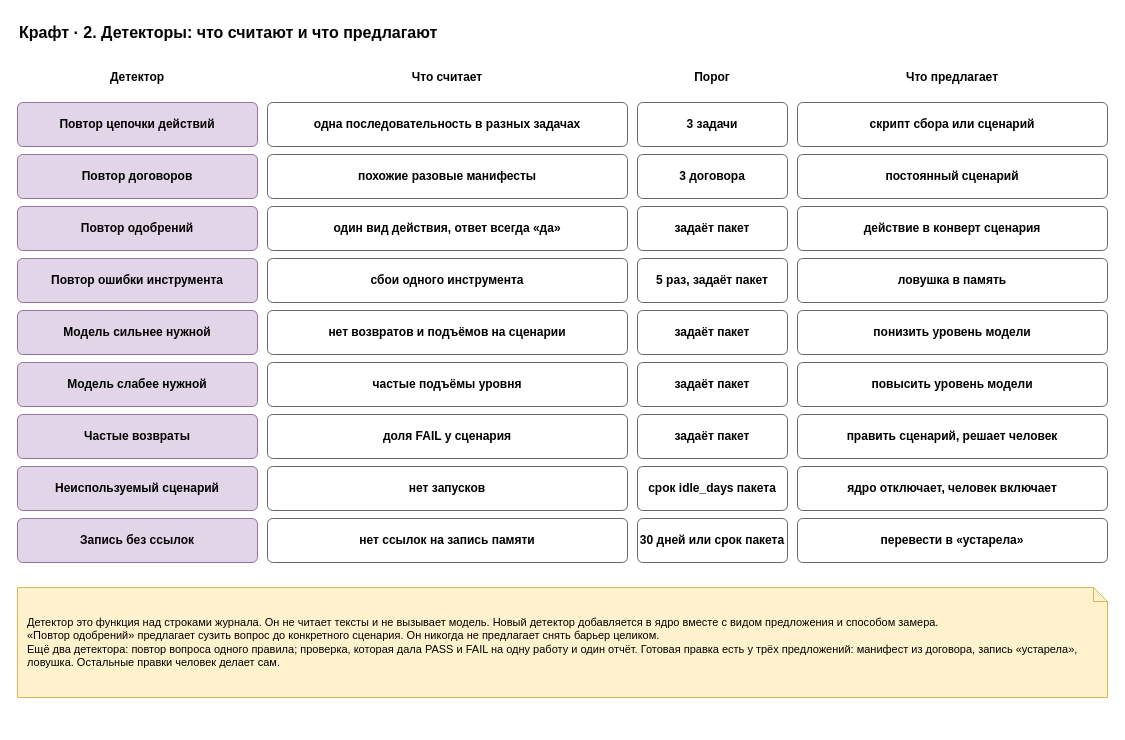
This is page "22. Детекторы" (22 of 24) of docs/spec/harness-spec.drawio from roygkov/reins, a draw.io file, before an edit. Source tidied: cells renumbered, new cells numbered last; positions are measured from the earlier drawing's top-left corner, leaving out a move shared by most shapes. Both pictures are drawn from the tidied source at 100%, with x=0, y=0 at pixel (17, 17).
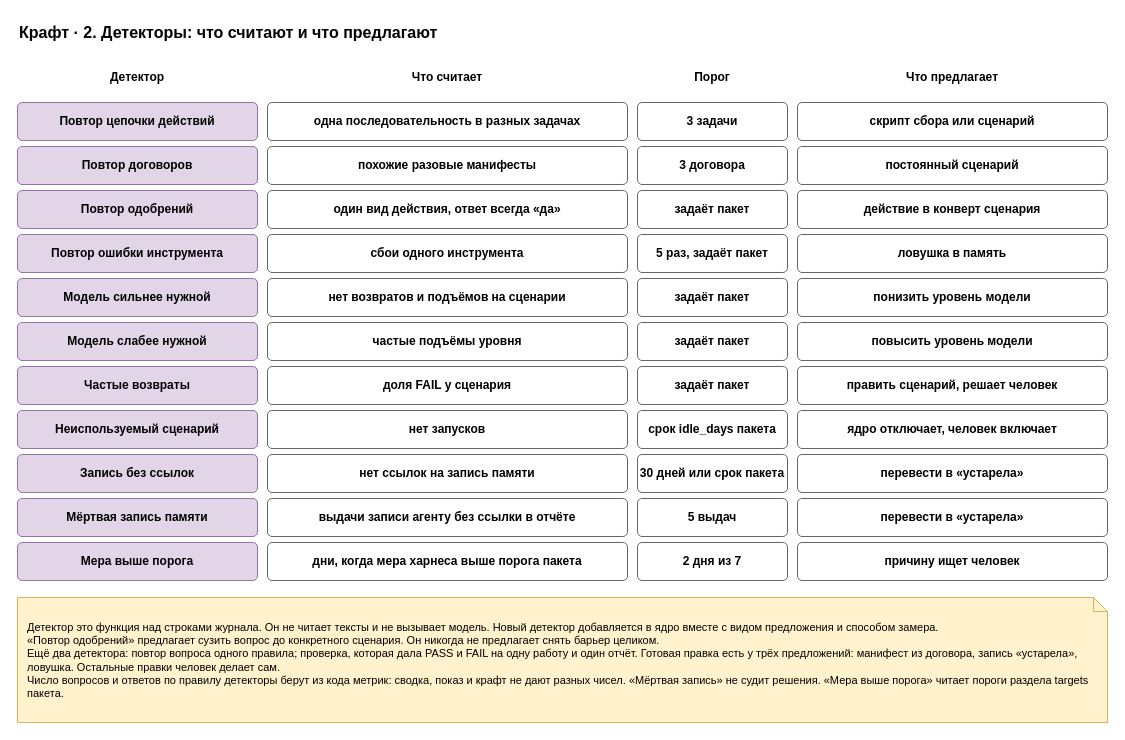
Above is the later version.

Diff of the diagram source:
```diff
@@
     <mxCell id="7" value="&lt;b&gt;Повтор цепочки действий&lt;/b&gt;" style="rounded=1;whiteSpace=wrap;html=1;fillColor=#e1d5e7;strokeColor=#9673a6;arcSize=12;" parent="1" vertex="1">
-      <mxGeometry y="85" width="240" height="44" as="geometry" />
+      <mxGeometry y="85" width="240" height="38" as="geometry" />
     </mxCell>
     <mxCell id="8" value="&lt;b&gt;одна последовательность в разных задачах&lt;/b&gt;" style="rounded=1;whiteSpace=wrap;html=1;fillColor=#ffffff;strokeColor=#666666;arcSize=12;fontStyle=0;" parent="1" vertex="1">
-      <mxGeometry x="250" y="85" width="360" height="44" as="geometry" />
+      <mxGeometry x="250" y="85" width="360" height="38" as="geometry" />
     </mxCell>
     <mxCell id="9" value="&lt;b&gt;3 задачи&lt;/b&gt;" style="rounded=1;whiteSpace=wrap;html=1;fillColor=#ffffff;strokeColor=#666666;arcSize=12;fontStyle=0;" parent="1" vertex="1">
-      <mxGeometry x="620" y="85" width="150" height="44" as="geometry" />
+      <mxGeometry x="620" y="85" width="150" height="38" as="geometry" />
     </mxCell>
     <mxCell id="10" value="&lt;b&gt;скрипт сбора или сценарий&lt;/b&gt;" style="rounded=1;whiteSpace=wrap;html=1;fillColor=#ffffff;strokeColor=#666666;arcSize=12;fontStyle=0;" parent="1" vertex="1">
-      <mxGeometry x="780" y="85" width="310" height="44" as="geometry" />
+      <mxGeometry x="780" y="85" width="310" height="38" as="geometry" />
     </mxCell>
     <mxCell id="11" value="&lt;b&gt;Повтор договоров&lt;/b&gt;" style="rounded=1;whiteSpace=wrap;html=1;fillColor=#e1d5e7;strokeColor=#9673a6;arcSize=12;" parent="1" vertex="1">
-      <mxGeometry y="137" width="240" height="44" as="geometry" />
+      <mxGeometry y="129" width="240" height="38" as="geometry" />
     </mxCell>
     <mxCell id="12" value="&lt;b&gt;похожие разовые манифесты&lt;/b&gt;" style="rounded=1;whiteSpace=wrap;html=1;fillColor=#ffffff;strokeColor=#666666;arcSize=12;fontStyle=0;" parent="1" vertex="1">
-      <mxGeometry x="250" y="137" width="360" height="44" as="geometry" />
+      <mxGeometry x="250" y="129" width="360" height="38" as="geometry" />
     </mxCell>
     <mxCell id="13" value="&lt;b&gt;3 договора&lt;/b&gt;" style="rounded=1;whiteSpace=wrap;html=1;fillColor=#ffffff;strokeColor=#666666;arcSize=12;fontStyle=0;" parent="1" vertex="1">
-      <mxGeometry x="620" y="137" width="150" height="44" as="geometry" />
+      <mxGeometry x="620" y="129" width="150" height="38" as="geometry" />
     </mxCell>
     <mxCell id="14" value="&lt;b&gt;постоянный сценарий&lt;/b&gt;" style="rounded=1;whiteSpace=wrap;html=1;fillColor=#ffffff;strokeColor=#666666;arcSize=12;fontStyle=0;" parent="1" vertex="1">
-      <mxGeometry x="780" y="137" width="310" height="44" as="geometry" />
+      <mxGeometry x="780" y="129" width="310" height="38" as="geometry" />
     </mxCell>
     <mxCell id="15" value="&lt;b&gt;Повтор одобрений&lt;/b&gt;" style="rounded=1;whiteSpace=wrap;html=1;fillColor=#e1d5e7;strokeColor=#9673a6;arcSize=12;" parent="1" vertex="1">
-      <mxGeometry y="189" width="240" height="44" as="geometry" />
+      <mxGeometry y="173" width="240" height="38" as="geometry" />
     </mxCell>
     <mxCell id="16" value="&lt;b&gt;один вид действия, ответ всегда «да»&lt;/b&gt;" style="rounded=1;whiteSpace=wrap;html=1;fillColor=#ffffff;strokeColor=#666666;arcSize=12;fontStyle=0;" parent="1" vertex="1">
-      <mxGeometry x="250" y="189" width="360" height="44" as="geometry" />
+      <mxGeometry x="250" y="173" width="360" height="38" as="geometry" />
     </mxCell>
     <mxCell id="17" value="&lt;b&gt;задаёт пакет&lt;/b&gt;" style="rounded=1;whiteSpace=wrap;html=1;fillColor=#ffffff;strokeColor=#666666;arcSize=12;fontStyle=0;" parent="1" vertex="1">
-      <mxGeometry x="620" y="189" width="150" height="44" as="geometry" />
+      <mxGeometry x="620" y="173" width="150" height="38" as="geometry" />
     </mxCell>
     <mxCell id="18" value="&lt;b&gt;действие в конверт сценария&lt;/b&gt;" style="rounded=1;whiteSpace=wrap;html=1;fillColor=#ffffff;strokeColor=#666666;arcSize=12;fontStyle=0;" parent="1" vertex="1">
-      <mxGeometry x="780" y="189" width="310" height="44" as="geometry" />
+      <mxGeometry x="780" y="173" width="310" height="38" as="geometry" />
     </mxCell>
     <mxCell id="19" value="&lt;b&gt;Повтор ошибки инструмента&lt;/b&gt;" style="rounded=1;whiteSpace=wrap;html=1;fillColor=#e1d5e7;strokeColor=#9673a6;arcSize=12;" parent="1" vertex="1">
-      <mxGeometry y="241" width="240" height="44" as="geometry" />
+      <mxGeometry y="217" width="240" height="38" as="geometry" />
     </mxCell>
     <mxCell id="20" value="&lt;b&gt;сбои одного инструмента&lt;/b&gt;" style="rounded=1;whiteSpace=wrap;html=1;fillColor=#ffffff;strokeColor=#666666;arcSize=12;fontStyle=0;" parent="1" vertex="1">
-      <mxGeometry x="250" y="241" width="360" height="44" as="geometry" />
+      <mxGeometry x="250" y="217" width="360" height="38" as="geometry" />
     </mxCell>
     <mxCell id="21" value="&lt;b&gt;5 раз, задаёт пакет&lt;/b&gt;" style="rounded=1;whiteSpace=wrap;html=1;fillColor=#ffffff;strokeColor=#666666;arcSize=12;fontStyle=0;" parent="1" vertex="1">
-      <mxGeometry x="620" y="241" width="150" height="44" as="geometry" />
+      <mxGeometry x="620" y="217" width="150" height="38" as="geometry" />
     </mxCell>
     <mxCell id="22" value="&lt;b&gt;ловушка в память&lt;/b&gt;" style="rounded=1;whiteSpace=wrap;html=1;fillColor=#ffffff;strokeColor=#666666;arcSize=12;fontStyle=0;" parent="1" vertex="1">
-      <mxGeometry x="780" y="241" width="310" height="44" as="geometry" />
+      <mxGeometry x="780" y="217" width="310" height="38" as="geometry" />
     </mxCell>
     <mxCell id="23" value="&lt;b&gt;Модель сильнее нужной&lt;/b&gt;" style="rounded=1;whiteSpace=wrap;html=1;fillColor=#e1d5e7;strokeColor=#9673a6;arcSize=12;" parent="1" vertex="1">
-      <mxGeometry y="293" width="240" height="44" as="geometry" />
+      <mxGeometry y="261" width="240" height="38" as="geometry" />
     </mxCell>
     <mxCell id="24" value="&lt;b&gt;нет возвратов и подъёмов на сценарии&lt;/b&gt;" style="rounded=1;whiteSpace=wrap;html=1;fillColor=#ffffff;strokeColor=#666666;arcSize=12;fontStyle=0;" parent="1" vertex="1">
-      <mxGeometry x="250" y="293" width="360" height="44" as="geometry" />
+      <mxGeometry x="250" y="261" width="360" height="38" as="geometry" />
     </mxCell>
     <mxCell id="25" value="&lt;b&gt;задаёт пакет&lt;/b&gt;" style="rounded=1;whiteSpace=wrap;html=1;fillColor=#ffffff;strokeColor=#666666;arcSize=12;fontStyle=0;" parent="1" vertex="1">
-      <mxGeometry x="620" y="293" width="150" height="44" as="geometry" />
+      <mxGeometry x="620" y="261" width="150" height="38" as="geometry" />
     </mxCell>
     <mxCell id="26" value="&lt;b&gt;понизить уровень модели&lt;/b&gt;" style="rounded=1;whiteSpace=wrap;html=1;fillColor=#ffffff;strokeColor=#666666;arcSize=12;fontStyle=0;" parent="1" vertex="1">
-      <mxGeometry x="780" y="293" width="310" height="44" as="geometry" />
+      <mxGeometry x="780" y="261" width="310" height="38" as="geometry" />
     </mxCell>
     <mxCell id="27" value="&lt;b&gt;Модель слабее нужной&lt;/b&gt;" style="rounded=1;whiteSpace=wrap;html=1;fillColor=#e1d5e7;strokeColor=#9673a6;arcSize=12;" parent="1" vertex="1">
-      <mxGeometry y="345" width="240" height="44" as="geometry" />
+      <mxGeometry y="305" width="240" height="38" as="geometry" />
     </mxCell>
     <mxCell id="28" value="&lt;b&gt;частые подъёмы уровня&lt;/b&gt;" style="rounded=1;whiteSpace=wrap;html=1;fillColor=#ffffff;strokeColor=#666666;arcSize=12;fontStyle=0;" parent="1" vertex="1">
-      <mxGeometry x="250" y="345" width="360" height="44" as="geometry" />
+      <mxGeometry x="250" y="305" width="360" height="38" as="geometry" />
     </mxCell>
     <mxCell id="29" value="&lt;b&gt;задаёт пакет&lt;/b&gt;" style="rounded=1;whiteSpace=wrap;html=1;fillColor=#ffffff;strokeColor=#666666;arcSize=12;fontStyle=0;" parent="1" vertex="1">
-      <mxGeometry x="620" y="345" width="150" height="44" as="geometry" />
+      <mxGeometry x="620" y="305" width="150" height="38" as="geometry" />
     </mxCell>
     <mxCell id="30" value="&lt;b&gt;повысить уровень модели&lt;/b&gt;" style="rounded=1;whiteSpace=wrap;html=1;fillColor=#ffffff;strokeColor=#666666;arcSize=12;fontStyle=0;" parent="1" vertex="1">
-      <mxGeometry x="780" y="345" width="310" height="44" as="geometry" />
+      <mxGeometry x="780" y="305" width="310" height="38" as="geometry" />
     </mxCell>
     <mxCell id="31" value="&lt;b&gt;Частые возвраты&lt;/b&gt;" style="rounded=1;whiteSpace=wrap;html=1;fillColor=#e1d5e7;strokeColor=#9673a6;arcSize=12;" parent="1" vertex="1">
-      <mxGeometry y="397" width="240" height="44" as="geometry" />
+      <mxGeometry y="349" width="240" height="38" as="geometry" />
     </mxCell>
     <mxCell id="32" value="&lt;b&gt;доля FAIL у сценария&lt;/b&gt;" style="rounded=1;whiteSpace=wrap;html=1;fillColor=#ffffff;strokeColor=#666666;arcSize=12;fontStyle=0;" parent="1" vertex="1">
-      <mxGeometry x="250" y="397" width="360" height="44" as="geometry" />
+      <mxGeometry x="250" y="349" width="360" height="38" as="geometry" />
     </mxCell>
     <mxCell id="33" value="&lt;b&gt;задаёт пакет&lt;/b&gt;" style="rounded=1;whiteSpace=wrap;html=1;fillColor=#ffffff;strokeColor=#666666;arcSize=12;fontStyle=0;" parent="1" vertex="1">
-      <mxGeometry x="620" y="397" width="150" height="44" as="geometry" />
+      <mxGeometry x="620" y="349" width="150" height="38" as="geometry" />
     </mxCell>
     <mxCell id="34" value="&lt;b&gt;править сценарий, решает человек&lt;/b&gt;" style="rounded=1;whiteSpace=wrap;html=1;fillColor=#ffffff;strokeColor=#666666;arcSize=12;fontStyle=0;" parent="1" vertex="1">
-      <mxGeometry x="780" y="397" width="310" height="44" as="geometry" />
+      <mxGeometry x="780" y="349" width="310" height="38" as="geometry" />
     </mxCell>
     <mxCell id="35" value="&lt;b&gt;Неиспользуемый сценарий&lt;/b&gt;" style="rounded=1;whiteSpace=wrap;html=1;fillColor=#e1d5e7;strokeColor=#9673a6;arcSize=12;" parent="1" vertex="1">
-      <mxGeometry y="449" width="240" height="44" as="geometry" />
+      <mxGeometry y="393" width="240" height="38" as="geometry" />
     </mxCell>
     <mxCell id="36" value="&lt;b&gt;нет запусков&lt;/b&gt;" style="rounded=1;whiteSpace=wrap;html=1;fillColor=#ffffff;strokeColor=#666666;arcSize=12;fontStyle=0;" parent="1" vertex="1">
-      <mxGeometry x="250" y="449" width="360" height="44" as="geometry" />
+      <mxGeometry x="250" y="393" width="360" height="38" as="geometry" />
     </mxCell>
     <mxCell id="37" value="&lt;b&gt;срок idle_days пакета&lt;/b&gt;" style="rounded=1;whiteSpace=wrap;html=1;fillColor=#ffffff;strokeColor=#666666;arcSize=12;fontStyle=0;" parent="1" vertex="1">
-      <mxGeometry x="620" y="449" width="150" height="44" as="geometry" />
+      <mxGeometry x="620" y="393" width="150" height="38" as="geometry" />
     </mxCell>
     <mxCell id="38" value="&lt;b&gt;ядро отключает, человек включает&lt;/b&gt;" style="rounded=1;whiteSpace=wrap;html=1;fillColor=#ffffff;strokeColor=#666666;arcSize=12;fontStyle=0;" parent="1" vertex="1">
-      <mxGeometry x="780" y="449" width="310" height="44" as="geometry" />
+      <mxGeometry x="780" y="393" width="310" height="38" as="geometry" />
     </mxCell>
     <mxCell id="39" value="&lt;b&gt;Запись без ссылок&lt;/b&gt;" style="rounded=1;whiteSpace=wrap;html=1;fillColor=#e1d5e7;strokeColor=#9673a6;arcSize=12;" parent="1" vertex="1">
-      <mxGeometry y="501" width="240" height="44" as="geometry" />
+      <mxGeometry y="437" width="240" height="38" as="geometry" />
     </mxCell>
     <mxCell id="40" value="&lt;b&gt;нет ссылок на запись памяти&lt;/b&gt;" style="rounded=1;whiteSpace=wrap;html=1;fillColor=#ffffff;strokeColor=#666666;arcSize=12;fontStyle=0;" parent="1" vertex="1">
-      <mxGeometry x="250" y="501" width="360" height="44" as="geometry" />
+      <mxGeometry x="250" y="437" width="360" height="38" as="geometry" />
     </mxCell>
     <mxCell id="41" value="&lt;b&gt;30 дней или срок пакета&lt;/b&gt;" style="rounded=1;whiteSpace=wrap;html=1;fillColor=#ffffff;strokeColor=#666666;arcSize=12;fontStyle=0;" parent="1" vertex="1">
-      <mxGeometry x="620" y="501" width="150" height="44" as="geometry" />
+      <mxGeometry x="620" y="437" width="150" height="38" as="geometry" />
     </mxCell>
     <mxCell id="42" value="&lt;b&gt;перевести в «устарела»&lt;/b&gt;" style="rounded=1;whiteSpace=wrap;html=1;fillColor=#ffffff;strokeColor=#666666;arcSize=12;fontStyle=0;" parent="1" vertex="1">
-      <mxGeometry x="780" y="501" width="310" height="44" as="geometry" />
+      <mxGeometry x="780" y="437" width="310" height="38" as="geometry" />
     </mxCell>
-    <mxCell id="43" value="Детектор это функция над строками журнала. Он не читает тексты и не вызывает модель. Новый детектор добавляется в ядро вместе с видом предложения и способом замера.&lt;br&gt;«Повтор одобрений» предлагает сузить вопрос до конкретного сценария. Он никогда не предлагает снять барьер целиком.&lt;br&gt;Ещё два детектора: повтор вопроса одного правила; проверка, которая дала PASS и FAIL на одну работу и один отчёт. Готовая правка есть у трёх предложений: манифест из договора, запись «устарела», ловушка. Остальные правки человек делает сам." style="shape=note;whiteSpace=wrap;html=1;backgroundOutline=1;size=14;fillColor=#fff2cc;strokeColor=#d6b656;align=left;spacingLeft=8;spacingRight=8;fontSize=11;" parent="1" vertex="1">
-      <mxGeometry y="570" width="1090" height="110" as="geometry" />
+    <mxCell id="43" value="&lt;b&gt;Мёртвая запись памяти&lt;/b&gt;" style="rounded=1;whiteSpace=wrap;html=1;fillColor=#e1d5e7;strokeColor=#9673a6;arcSize=12;" parent="1" vertex="1">
+      <mxGeometry y="481" width="240" height="38" as="geometry" />
     </mxCell>
+    <mxCell id="44" value="&lt;b&gt;выдачи записи агенту без ссылки в отчёте&lt;/b&gt;" style="rounded=1;whiteSpace=wrap;html=1;fillColor=#ffffff;strokeColor=#666666;arcSize=12;fontStyle=0;" parent="1" vertex="1">
+      <mxGeometry x="250" y="481" width="360" height="38" as="geometry" />
+    </mxCell>
+    <mxCell id="45" value="&lt;b&gt;5 выдач&lt;/b&gt;" style="rounded=1;whiteSpace=wrap;html=1;fillColor=#ffffff;strokeColor=#666666;arcSize=12;fontStyle=0;" parent="1" vertex="1">
+      <mxGeometry x="620" y="481" width="150" height="38" as="geometry" />
+    </mxCell>
+    <mxCell id="46" value="&lt;b&gt;перевести в «устарела»&lt;/b&gt;" style="rounded=1;whiteSpace=wrap;html=1;fillColor=#ffffff;strokeColor=#666666;arcSize=12;fontStyle=0;" parent="1" vertex="1">
+      <mxGeometry x="780" y="481" width="310" height="38" as="geometry" />
+    </mxCell>
+    <mxCell id="47" value="&lt;b&gt;Мера выше порога&lt;/b&gt;" style="rounded=1;whiteSpace=wrap;html=1;fillColor=#e1d5e7;strokeColor=#9673a6;arcSize=12;" parent="1" vertex="1">
+      <mxGeometry y="525" width="240" height="38" as="geometry" />
+    </mxCell>
+    <mxCell id="48" value="&lt;b&gt;дни, когда мера харнеса выше порога пакета&lt;/b&gt;" style="rounded=1;whiteSpace=wrap;html=1;fillColor=#ffffff;strokeColor=#666666;arcSize=12;fontStyle=0;" parent="1" vertex="1">
+      <mxGeometry x="250" y="525" width="360" height="38" as="geometry" />
+    </mxCell>
+    <mxCell id="49" value="&lt;b&gt;2 дня из 7&lt;/b&gt;" style="rounded=1;whiteSpace=wrap;html=1;fillColor=#ffffff;strokeColor=#666666;arcSize=12;fontStyle=0;" parent="1" vertex="1">
+      <mxGeometry x="620" y="525" width="150" height="38" as="geometry" />
+    </mxCell>
+    <mxCell id="50" value="&lt;b&gt;причину ищет человек&lt;/b&gt;" style="rounded=1;whiteSpace=wrap;html=1;fillColor=#ffffff;strokeColor=#666666;arcSize=12;fontStyle=0;" parent="1" vertex="1">
+      <mxGeometry x="780" y="525" width="310" height="38" as="geometry" />
+    </mxCell>
+    <mxCell id="51" value="Детектор это функция над строками журнала. Он не читает тексты и не вызывает модель. Новый детектор добавляется в ядро вместе с видом предложения и способом замера.&lt;br&gt;«Повтор одобрений» предлагает сузить вопрос до конкретного сценария. Он никогда не предлагает снять барьер целиком.&lt;br&gt;Ещё два детектора: повтор вопроса одного правила; проверка, которая дала PASS и FAIL на одну работу и один отчёт. Готовая правка есть у трёх предложений: манифест из договора, запись «устарела», ловушка. Остальные правки человек делает сам.&lt;br&gt;Число вопросов и ответов по правилу детекторы берут из кода метрик: сводка, показ и крафт не дают разных чисел. «Мёртвая запись» не судит решения. «Мера выше порога» читает пороги раздела targets пакета." style="shape=note;whiteSpace=wrap;html=1;backgroundOutline=1;size=14;fillColor=#fff2cc;strokeColor=#d6b656;align=left;spacingLeft=8;spacingRight=8;fontSize=11;" parent="1" vertex="1">
+      <mxGeometry y="580" width="1090" height="125" as="geometry" />
+    </mxCell>
```
